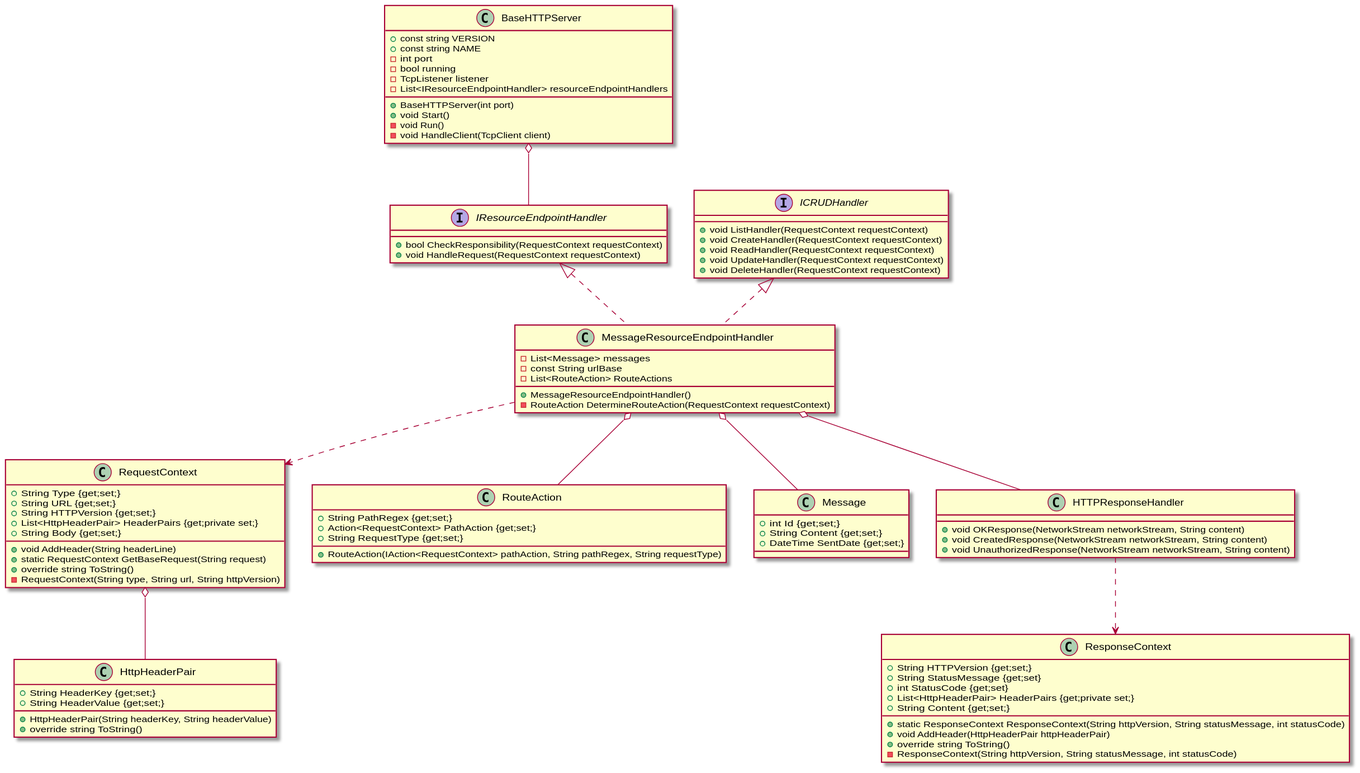
Above: httprestserver_classdiagram/httprestserver_classdiagram.svg in kretmatt/SWE1-REST-HTTP-Webservice (PlantUML), before the change. Its diagram source:
```plantuml
@startuml
class BaseHTTPServer{
    + const string VERSION
    + const string NAME
    - int port
    - bool running
    - TcpListener listener
    - List<IResourceEndpointHandler> resourceEndpointHandlers

    + BaseHTTPServer(int port)
    + void Start()
    - void Run()
    - void HandleClient(TcpClient client)
}

class RequestContext{
    + String Type {get;set;}
    + String URL {get;set;}
    + String HTTPVersion {get;set;}
    + List<HttpHeaderPair> HeaderPairs {get;private set;}
    + String Body {get;set;}

    + void AddHeader(String headerLine)
    + static RequestContext GetBaseRequest(String request)
    + override string ToString()
    - RequestContext(String type, String url, String httpVersion)
}

class HttpHeaderPair{
    + String HeaderKey {get;set;}
    + String HeaderValue {get;set;}

    + HttpHeaderPair(String headerKey, String headerValue)
    + override string ToString()
}

interface IResourceEndpointHandler{
    + bool CheckResponsibility(RequestContext requestContext)
    + void HandleRequest(RequestContext requestContext)
}

interface ICRUDHandler{
    + void ListHandler(RequestContext requestContext)
    + void CreateHandler(RequestContext requestContext)
    + void ReadHandler(RequestContext requestContext)
    + void UpdateHandler(RequestContext requestContext)
    + void DeleteHandler(RequestContext requestContext)
}

class MessageResourceEndpointHandler implements IResourceEndpointHandler, ICRUDHandler{
    - List<Message> messages
    - const String urlBase
    - List<RouteAction> RouteActions

    + MessageResourceEndpointHandler()
    - RouteAction DetermineRouteAction(RequestContext requestContext)
}
 class RouteAction{
     + String PathRegex {get;set;}
     + Action<RequestContext> PathAction {get;set;}
     + String RequestType {get;set;}

     + RouteAction(IAction<RequestContext> pathAction, String pathRegex, String requestType)
 }

 class Message{
     + int Id {get;set;}
     + String Content {get;set;}
     + DateTime SentDate {get;set;}
 }

class ResponseContext{
    + String HTTPVersion {get;set;}
    + String StatusMessage {get;set}
    + int StatusCode {get;set}
    + List<HttpHeaderPair> HeaderPairs {get;private set;}
    + String Content {get;set;}

    + static ResponseContext ResponseContext(String httpVersion, String statusMessage, int statusCode)
    + void AddHeader(HttpHeaderPair httpHeaderPair)
    + override string ToString()
    - ResponseContext(String httpVersion, String statusMessage, int statusCode)
}

class HTTPResponseHandler{
    + void OKResponse(NetworkStream networkStream, String content)
    + void CreatedResponse(NetworkStream networkStream, String content)
    + void UnauthorizedResponse(NetworkStream networkStream, String content)
}


 BaseHTTPServer o-- IResourceEndpointHandler
 RequestContext o-- HttpHeaderPair
 MessageResourceEndpointHandler o-- RouteAction
 MessageResourceEndpointHandler o--Message
MessageResourceEndpointHandler o-- HTTPResponseHandler

HTTPResponseHandler..>ResponseContext
 MessageResourceEndpointHandler ..> RequestContext
@enduml
```
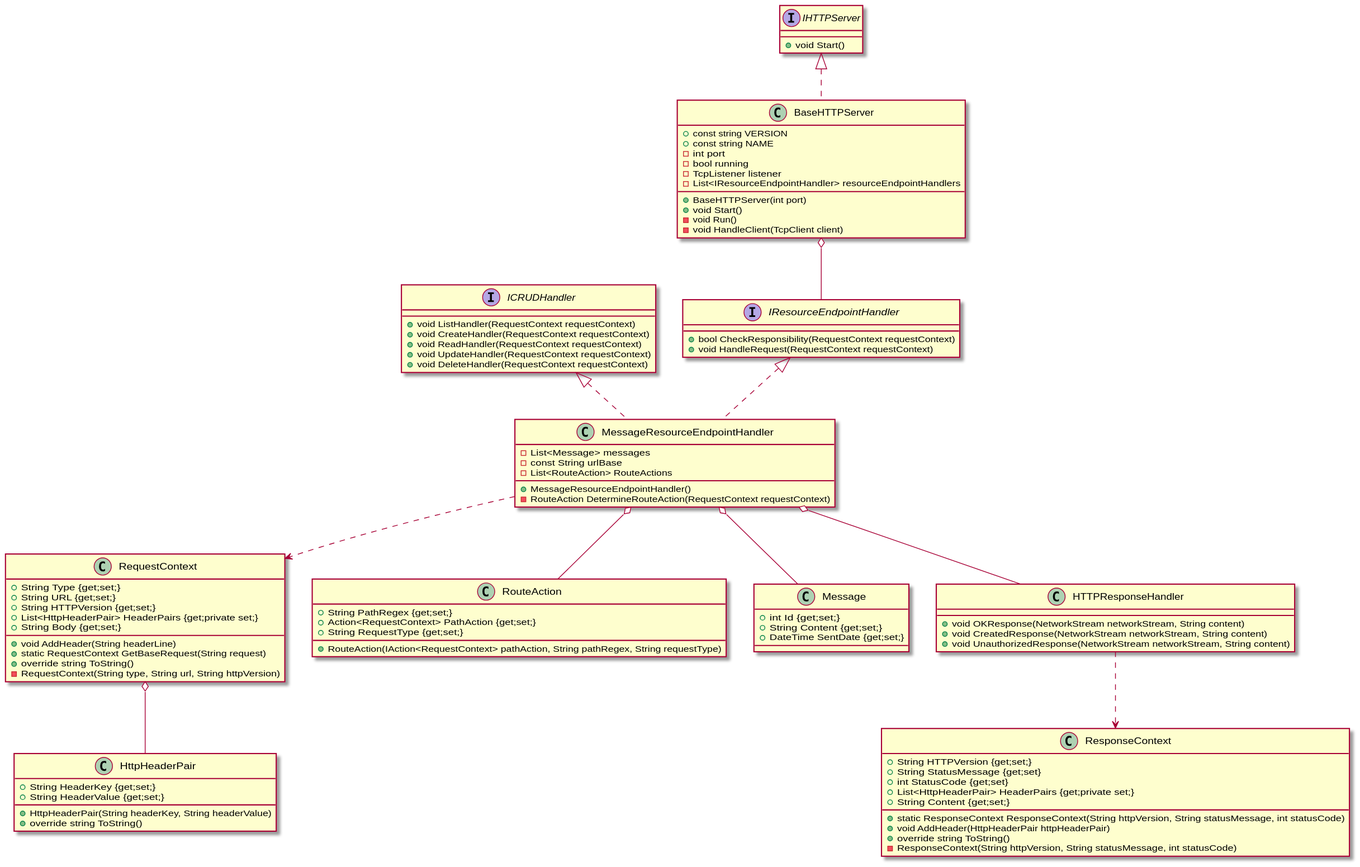
Later version of the same file.

Commit message:
Add BaseHTTPServer, IHTTPServer interface and corresponding mock

The edit, as a diff of the source:
```diff
@@ -1,5 +1,5 @@
 @startuml
-class BaseHTTPServer{
+class BaseHTTPServer implements IHTTPServer{
     + const string VERSION
     + const string NAME
     - int port
@@ -88,6 +88,10 @@
     + void UnauthorizedResponse(NetworkStream networkStream, String content)
 }
 
+interface IHTTPServer{
+    + void Start()
+}
+
 
  BaseHTTPServer o-- IResourceEndpointHandler
  RequestContext o-- HttpHeaderPair
```
